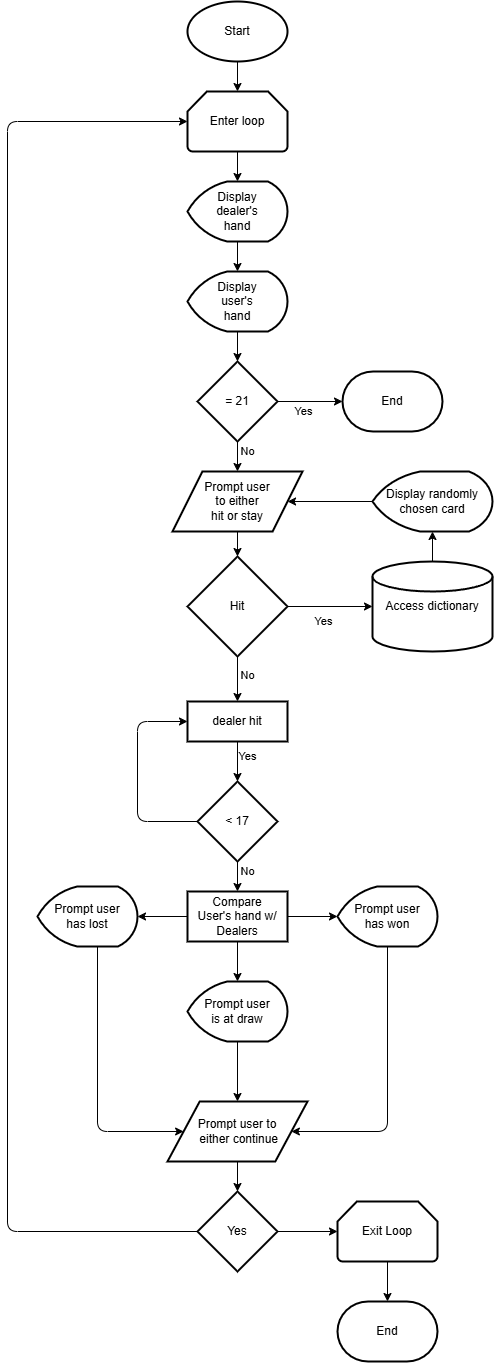
Before: Flowcharts/blackjack.drawio.png, a diagram exported from draw.io (ShahinKhalkhali/Python-Training). Source tidied: cells renumbered, new cells last; positions are measured from the earlier drawing's top-left corner, leaving out a move shared by most shapes.
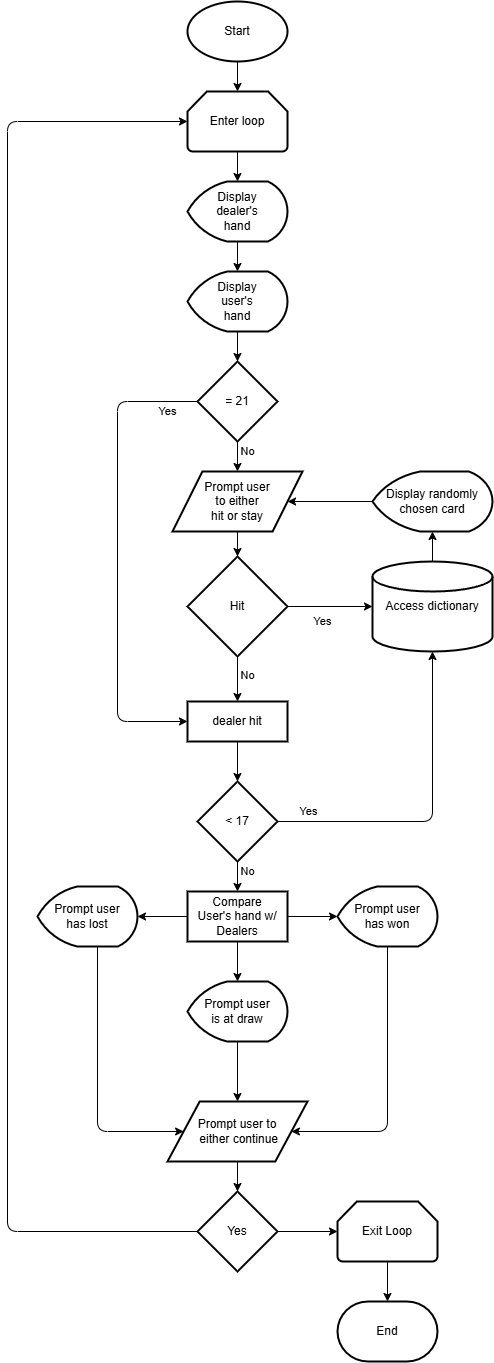
After the commit.

Diff of the diagram source:
```diff
@@ -76,28 +76,25 @@
         <mxPoint x="8" y="4" as="offset" />
       </mxGeometry>
     </mxCell>
+    <mxCell id="52" style="edgeStyle=orthogonalEdgeStyle;html=1;entryX=0;entryY=0.5;entryDx=0;entryDy=0;" parent="1" edge="1" source="23" target="29">
+      <mxGeometry relative="1" as="geometry">
+        <Array as="points">
+          <mxPoint x="110" y="400" />
+          <mxPoint x="110" y="720" />
+        </Array>
+      </mxGeometry>
+    </mxCell>
+    <mxCell id="53" value="Yes" style="edgeLabel;html=1;align=center;verticalAlign=middle;" parent="52" vertex="1">
+      <mxGeometry x="-0.89" y="4" relative="1" as="geometry">
+        <mxPoint x="-4" y="6" as="offset" />
+      </mxGeometry>
+    </mxCell>
     <mxCell id="23" value="= 21" style="rhombus;whiteSpace=wrap;html=1;strokeWidth=2;" parent="1" vertex="1">
       <mxGeometry x="190" y="360" width="80" height="80" as="geometry" />
     </mxCell>
-    <mxCell id="24" value="End" style="strokeWidth=2;html=1;shape=mxgraph.flowchart.terminator;whiteSpace=wrap;" parent="1" vertex="1">
-      <mxGeometry x="335" y="370" width="100" height="60" as="geometry" />
-    </mxCell>
-    <mxCell id="25" style="edgeStyle=none;html=1;entryX=0;entryY=0.5;entryDx=0;entryDy=0;entryPerimeter=0;" parent="1" edge="1" source="23" target="24">
-      <mxGeometry relative="1" as="geometry" />
-    </mxCell>
-    <mxCell id="26" value="Yes" style="edgeLabel;html=1;align=center;verticalAlign=middle;" parent="25" vertex="1">
-      <mxGeometry x="-0.41" y="-1" relative="1" as="geometry">
-        <mxPoint x="6" y="9" as="offset" />
-      </mxGeometry>
-    </mxCell>
     <mxCell id="27" style="edgeStyle=none;html=1;" parent="1" edge="1" source="29" target="33">
       <mxGeometry relative="1" as="geometry" />
     </mxCell>
-    <mxCell id="28" value="Yes" style="edgeLabel;html=1;align=center;verticalAlign=middle;" parent="27" vertex="1">
-      <mxGeometry x="-0.31" y="1" relative="1" as="geometry">
-        <mxPoint x="9" as="offset" />
-      </mxGeometry>
-    </mxCell>
     <mxCell id="29" value="dealer hit" style="whiteSpace=wrap;html=1;strokeWidth=2;" parent="1" vertex="1">
       <mxGeometry x="180" y="700" width="100" height="40" as="geometry" />
     </mxCell>
@@ -109,14 +106,6 @@
         <mxPoint x="11" as="offset" />
       </mxGeometry>
     </mxCell>
-    <mxCell id="32" style="edgeStyle=orthogonalEdgeStyle;html=1;entryX=0;entryY=0.5;entryDx=0;entryDy=0;" parent="1" edge="1" source="33" target="29">
-      <mxGeometry relative="1" as="geometry">
-        <Array as="points">
-          <mxPoint x="130" y="820" />
-          <mxPoint x="130" y="720" />
-        </Array>
-      </mxGeometry>
-    </mxCell>
     <mxCell id="33" value="&amp;lt; 17" style="rhombus;whiteSpace=wrap;html=1;strokeWidth=2;" parent="1" vertex="1">
       <mxGeometry x="190" y="780" width="80" height="80" as="geometry" />
     </mxCell>
@@ -187,5 +176,13 @@
         </Array>
       </mxGeometry>
     </mxCell>
+    <mxCell id="54" style="edgeStyle=orthogonalEdgeStyle;html=1;entryX=0.5;entryY=1;entryDx=0;entryDy=0;entryPerimeter=0;" parent="1" edge="1" source="33" target="12">
+      <mxGeometry relative="1" as="geometry" />
+    </mxCell>
+    <mxCell id="55" value="Yes" style="edgeLabel;html=1;align=center;verticalAlign=middle;" parent="54" vertex="1">
+      <mxGeometry x="-0.78" relative="1" as="geometry">
+        <mxPoint x="-5" y="-10" as="offset" />
+      </mxGeometry>
+    </mxCell>
   </root>
 </mxGraphModel>
```
